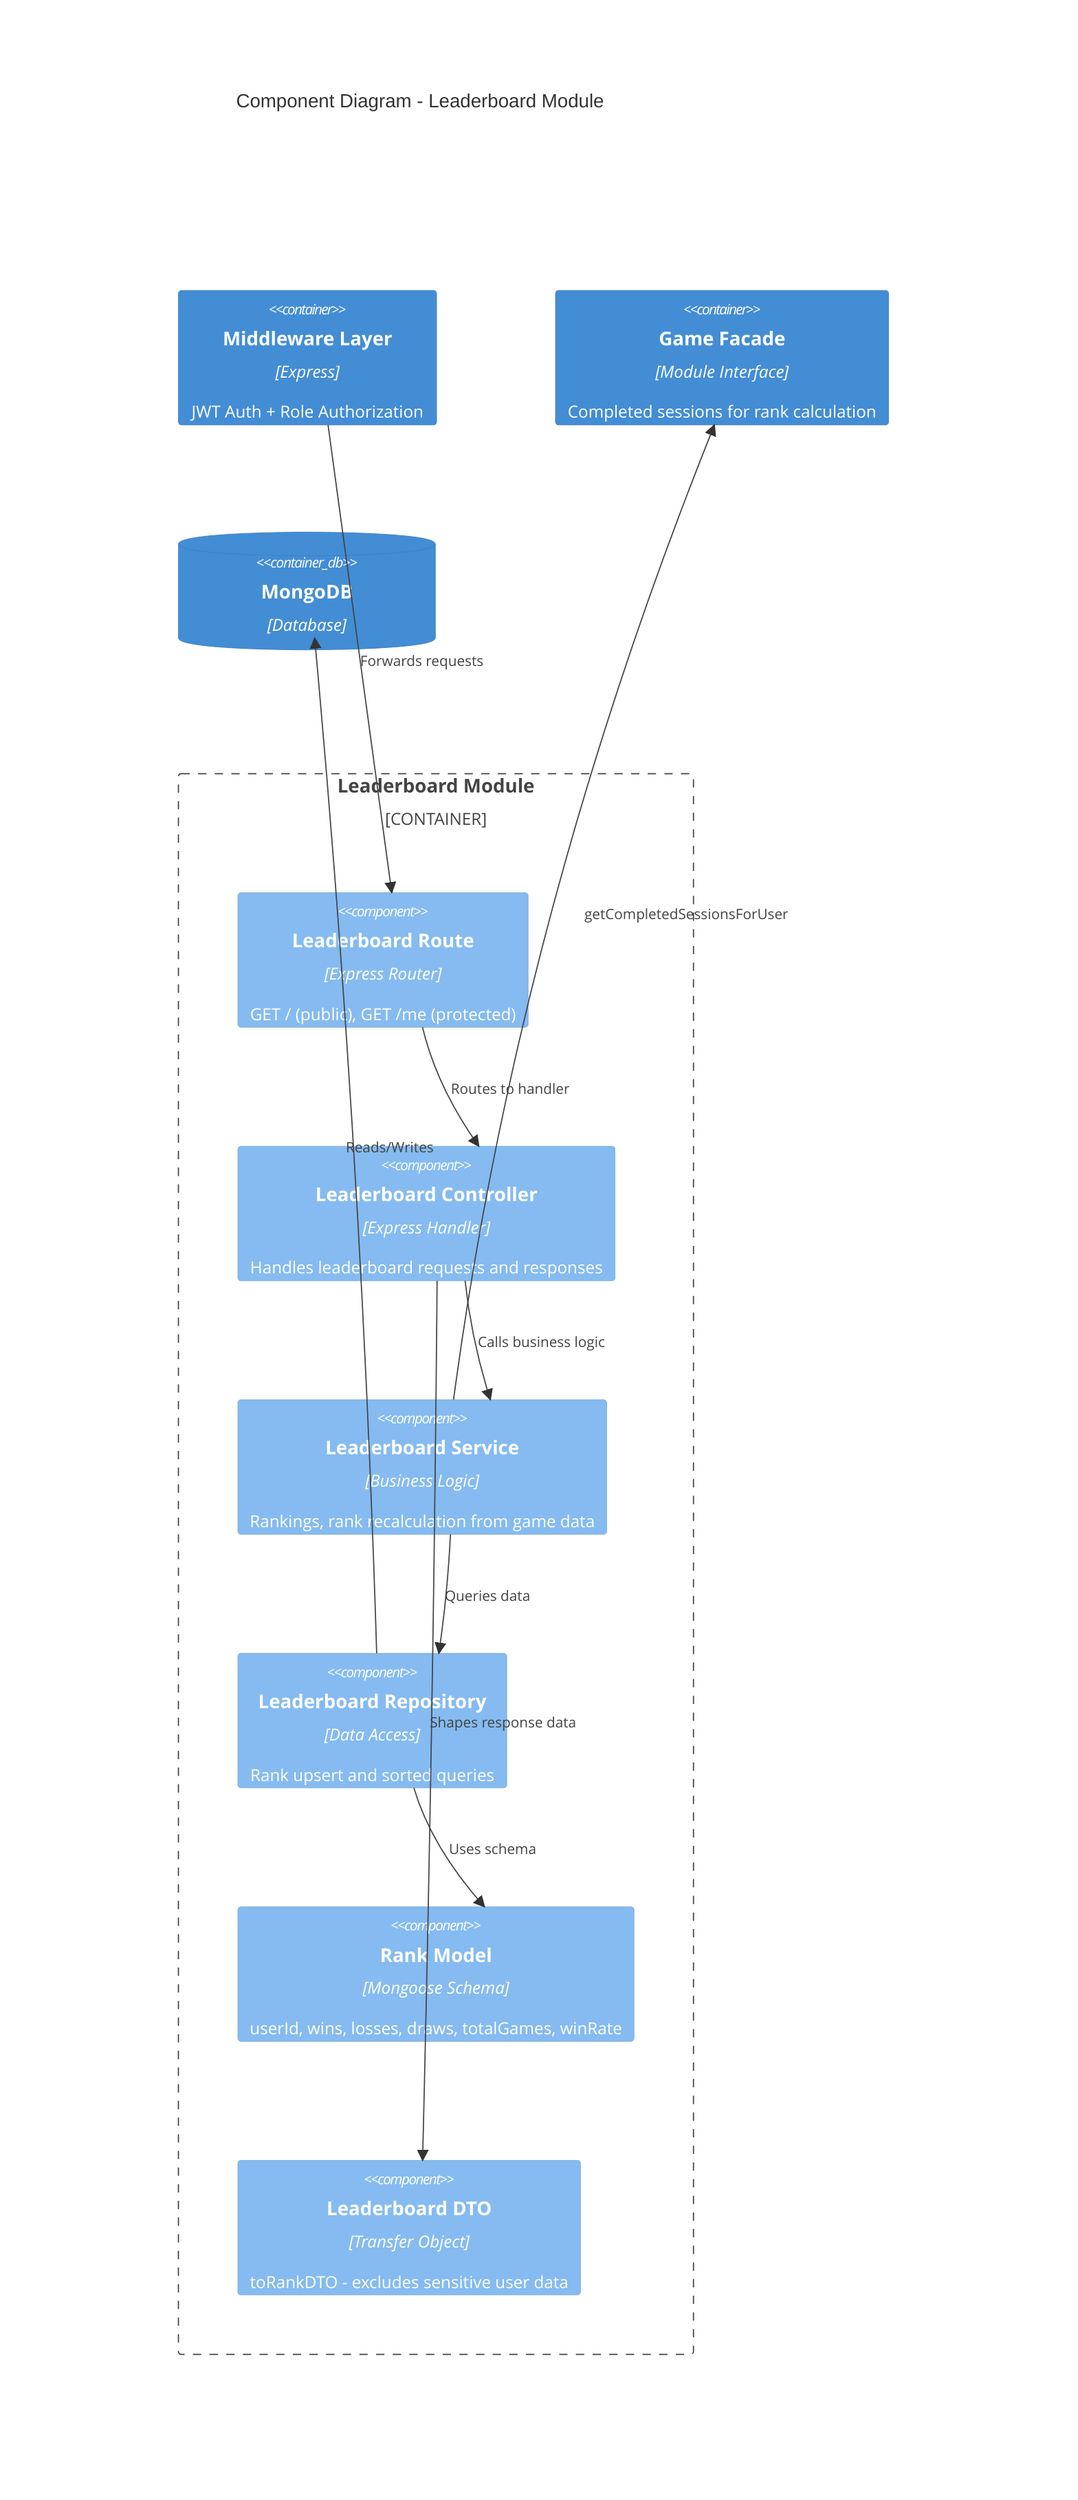
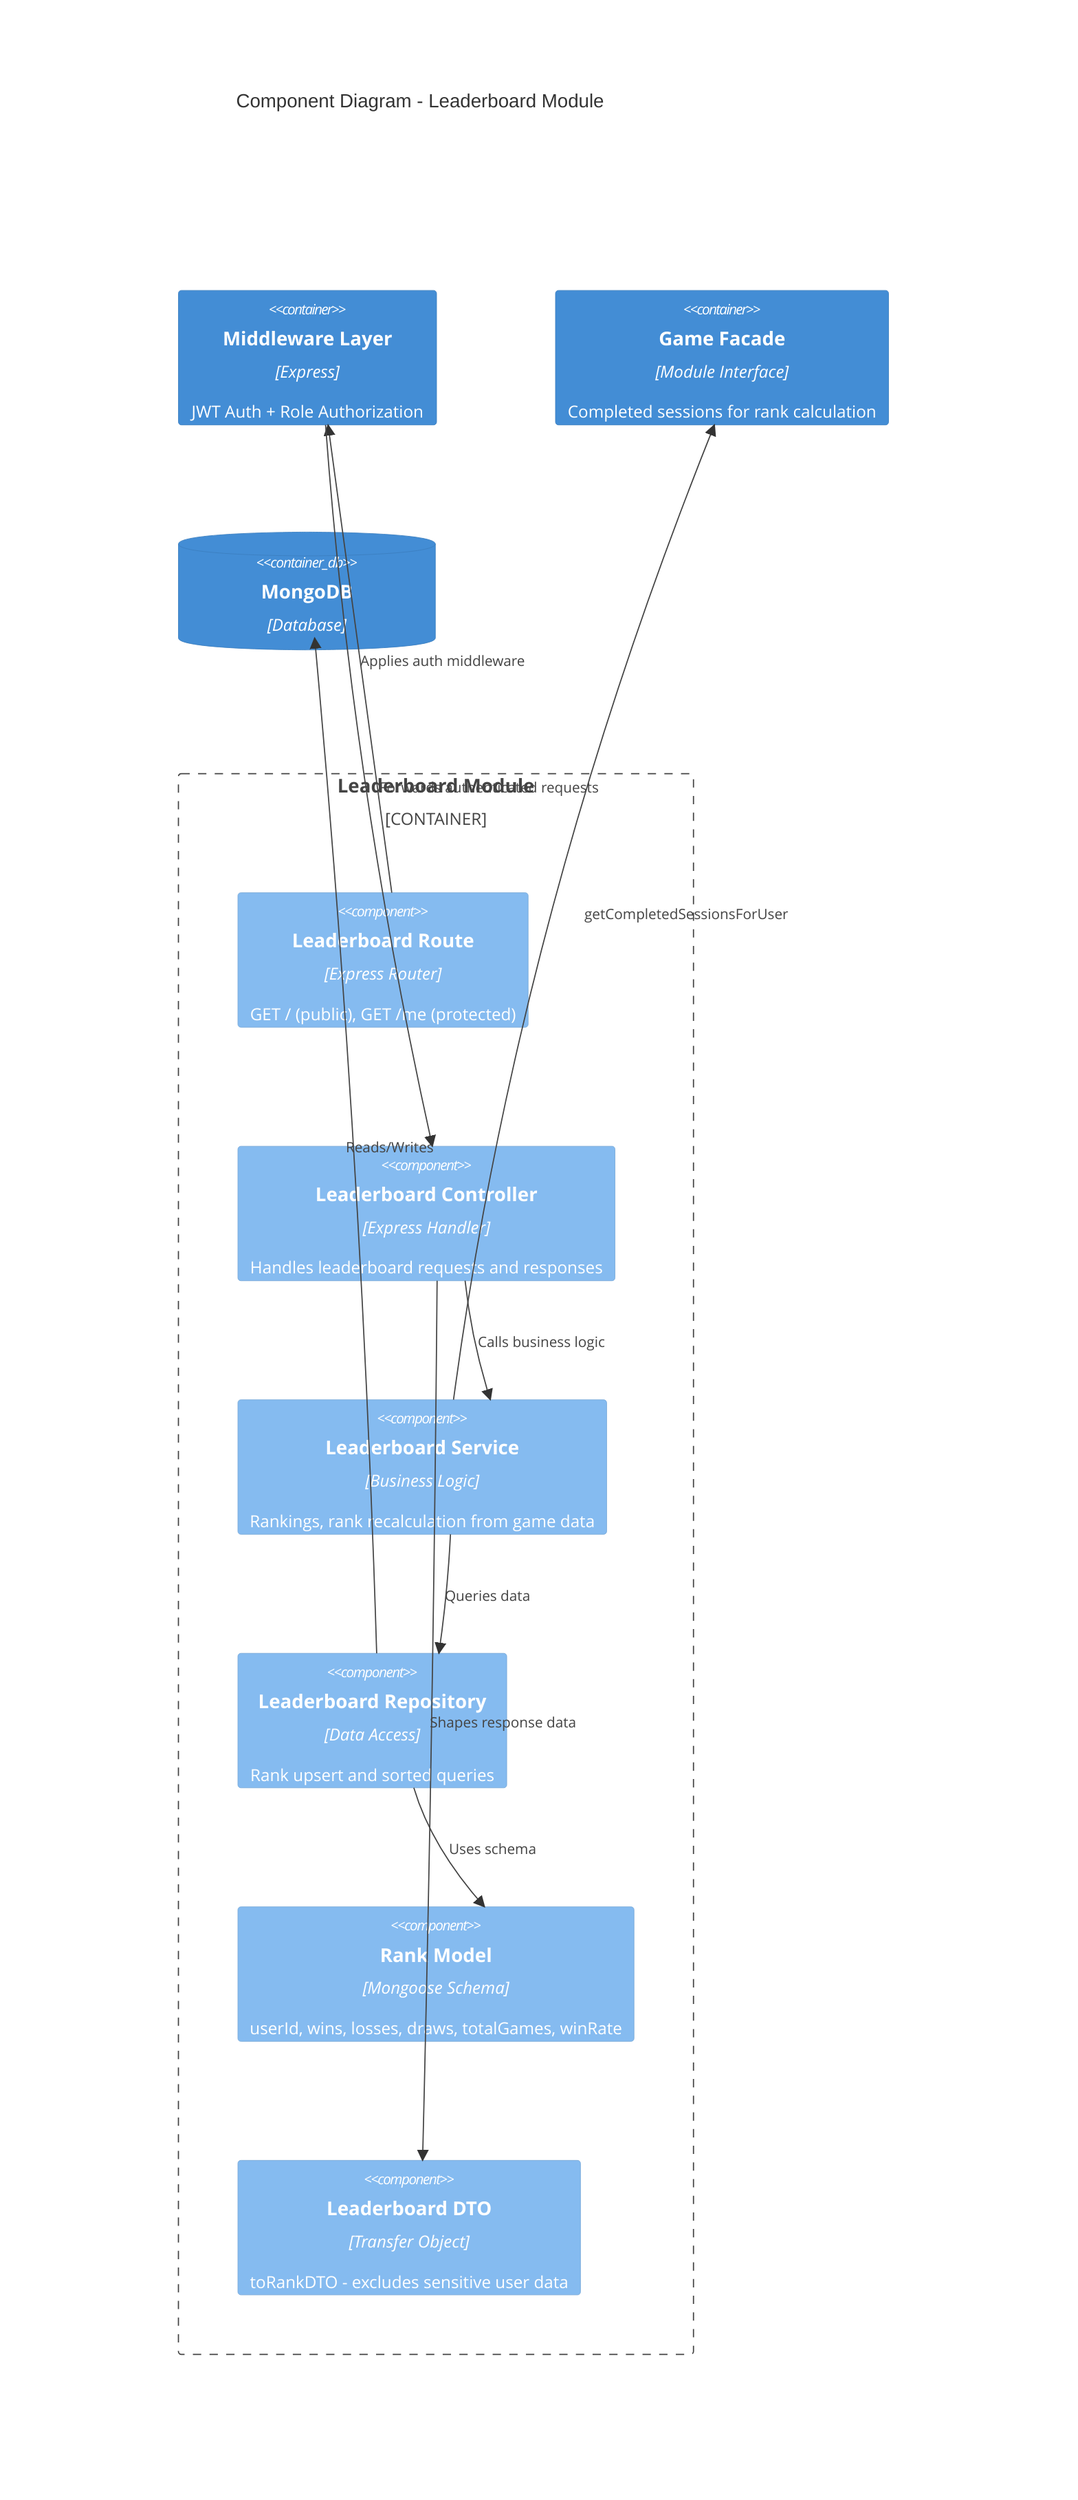
C4Component
    title Component Diagram - Leaderboard Module

    Container(mw, "Middleware Layer", "Express", "JWT Auth + Role Authorization")

    Container_Boundary(leaderboard, "Leaderboard Module") {
        Component(route, "Leaderboard Route", "Express Router", "GET / (public), GET /me (protected)")
        Component(controller, "Leaderboard Controller", "Express Handler", "Handles leaderboard requests and responses")
        Component(service, "Leaderboard Service", "Business Logic", "Rankings, rank recalculation from game data")
        Component(repository, "Leaderboard Repository", "Data Access", "Rank upsert and sorted queries")
        Component(model, "Rank Model", "Mongoose Schema", "userId, wins, losses, draws, totalGames, winRate")
        Component(dto, "Leaderboard DTO", "Transfer Object", "toRankDTO - excludes sensitive user data")
    }

    Container(gameFacade, "Game Facade", "Module Interface", "Completed sessions for rank calculation")
    ContainerDb(db, "MongoDB", "Database")

-     Rel(mw, route, "Forwards requests")
-     Rel(route, controller, "Routes to handler")
+     Rel(route, mw, "Applies auth middleware")
+     Rel(mw, controller, "Forwards authenticated requests")
    Rel(controller, service, "Calls business logic")
    Rel(controller, dto, "Shapes response data")
    Rel(service, repository, "Queries data")
    Rel(service, gameFacade, "getCompletedSessionsForUser")
    Rel(repository, model, "Uses schema")
    Rel(repository, db, "Reads/Writes")
